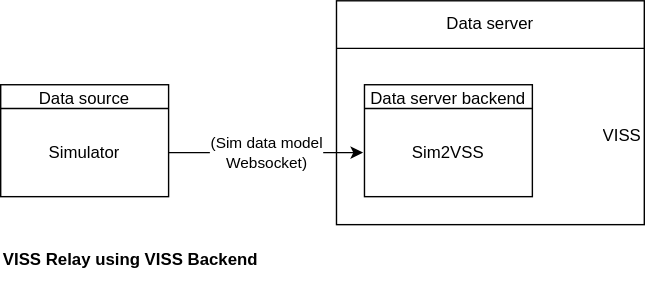
slawr/vss-otaku keeps this draw.io diagram as feeders/r-sim-feeder/doc/r-sim2viss-feeder-viss-backend.drawio.svg. Above is the earlier version. Source tidied: cells renumbered, new cells last; positions are measured from the earlier drawing's top-left corner, leaving out a move shared by most shapes. Source of this version:
```xml
<mxGraphModel>
  <root>
    <mxCell id="0" />
    <mxCell id="1" parent="0" />
    <mxCell id="2" style="shape=table;html=1;whiteSpace=wrap;startSize=0;" parent="1" vertex="1">
      <mxGeometry x="240" width="220" height="160" as="geometry" />
    </mxCell>
    <mxCell id="3" style="shape=partialRectangle;html=1;whiteSpace=wrap;fillColor=none;top=0;left=0;bottom=0;right=0;" parent="2" vertex="1">
      <mxGeometry width="220" height="34" as="geometry" />
    </mxCell>
    <mxCell id="4" value="Data server" style="shape=partialRectangle;html=1;whiteSpace=wrap;fillColor=none;top=0;left=0;bottom=0;right=0;overflow=hidden;" parent="3" vertex="1">
      <mxGeometry width="220" height="34" as="geometry" />
    </mxCell>
    <mxCell id="5" style="shape=partialRectangle;html=1;whiteSpace=wrap;fillColor=none;top=0;left=0;bottom=0;right=0;" parent="2" vertex="1">
      <mxGeometry y="34" width="220" height="126" as="geometry" />
    </mxCell>
    <mxCell id="6" value="VISS" style="shape=partialRectangle;html=1;whiteSpace=wrap;fillColor=none;top=0;left=0;bottom=0;right=0;overflow=hidden;align=right;" parent="5" vertex="1">
      <mxGeometry width="220" height="126" as="geometry" />
    </mxCell>
    <mxCell id="7" value="&lt;p&gt;&lt;b&gt;VISS Relay using VISS Backend&lt;/b&gt;&lt;/p&gt;" style="text;html=1;align=left;verticalAlign=middle;whiteSpace=wrap;rounded=0;" parent="1" vertex="1">
      <mxGeometry y="170" width="200" height="30" as="geometry" />
    </mxCell>
    <mxCell id="8" value="(Sim data model&lt;br&gt;Websocket)" style="edgeStyle=none;html=1;strokeWidth=1;exitX=1;exitY=0.5;exitDx=0;exitDy=0;entryX=0;entryY=0.5;entryDx=0;entryDy=0;" parent="1" edge="1" source="12">
      <mxGeometry relative="1" as="geometry">
        <mxPoint x="259" y="108.5" as="targetPoint" />
      </mxGeometry>
    </mxCell>
    <mxCell id="9" style="shape=table;html=1;whiteSpace=wrap;startSize=0;" parent="1" vertex="1">
      <mxGeometry y="60" width="120" height="80" as="geometry" />
    </mxCell>
    <mxCell id="10" style="shape=partialRectangle;html=1;whiteSpace=wrap;fillColor=none;top=0;left=0;bottom=0;right=0;" parent="9" vertex="1">
      <mxGeometry width="120" height="17" as="geometry" />
    </mxCell>
    <mxCell id="11" value="Data source" style="shape=partialRectangle;html=1;whiteSpace=wrap;fillColor=none;top=0;left=0;bottom=0;right=0;overflow=hidden;" parent="10" vertex="1">
      <mxGeometry width="120" height="17" as="geometry" />
    </mxCell>
    <mxCell id="12" style="shape=partialRectangle;html=1;whiteSpace=wrap;fillColor=none;top=0;left=0;bottom=0;right=0;points=[[0,0.5],[1,0.5]];portConstraint=eastwest;" parent="9" vertex="1">
      <mxGeometry y="17" width="120" height="63" as="geometry" />
    </mxCell>
    <mxCell id="13" value="Simulator" style="shape=partialRectangle;html=1;whiteSpace=wrap;fillColor=none;top=0;left=0;bottom=0;right=0;overflow=hidden;" parent="12" vertex="1">
      <mxGeometry width="120" height="63" as="geometry" />
    </mxCell>
    <mxCell id="14" style="shape=table;html=1;whiteSpace=wrap;startSize=0;" parent="1" vertex="1">
      <mxGeometry x="260" y="60" width="120" height="80" as="geometry" />
    </mxCell>
    <mxCell id="15" style="shape=partialRectangle;html=1;whiteSpace=wrap;fillColor=none;top=0;left=0;bottom=0;right=0;" parent="14" vertex="1">
      <mxGeometry width="120" height="17" as="geometry" />
    </mxCell>
    <mxCell id="16" value="Data server backend" style="shape=partialRectangle;html=1;whiteSpace=wrap;fillColor=none;top=0;left=0;bottom=0;right=0;overflow=hidden;" parent="15" vertex="1">
      <mxGeometry width="120" height="17" as="geometry" />
    </mxCell>
    <mxCell id="17" style="shape=partialRectangle;html=1;whiteSpace=wrap;fillColor=none;top=0;left=0;bottom=0;right=0;" parent="14" vertex="1">
      <mxGeometry y="17" width="120" height="63" as="geometry" />
    </mxCell>
    <mxCell id="18" value="Sim2VSS" style="shape=partialRectangle;html=1;whiteSpace=wrap;fillColor=none;top=0;left=0;bottom=0;right=0;overflow=hidden;" parent="17" vertex="1">
      <mxGeometry width="120" height="63" as="geometry" />
    </mxCell>
  </root>
</mxGraphModel>
```
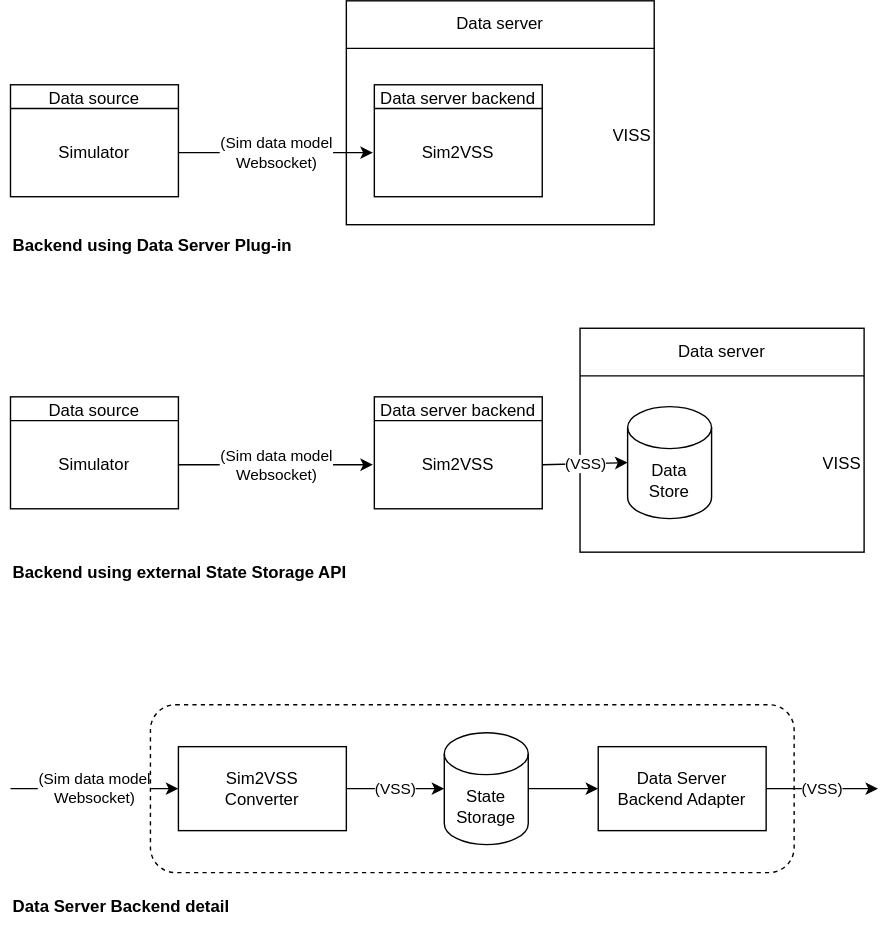
The same diagram one commit later.

Commit message:
data feeders: improve VISS Backend and GraphQL desc in README.md

Various improvements to the text.
Expanded diagrams for VISS Data Server Backend.

Change to the diagram source:
```diff
@@ -17,8 +17,8 @@
     <mxCell id="6" value="VISS" style="shape=partialRectangle;html=1;whiteSpace=wrap;fillColor=none;top=0;left=0;bottom=0;right=0;overflow=hidden;align=right;" parent="5" vertex="1">
       <mxGeometry width="220" height="126" as="geometry" />
     </mxCell>
-    <mxCell id="7" value="&lt;p&gt;&lt;b&gt;VISS Relay using VISS Backend&lt;/b&gt;&lt;/p&gt;" style="text;html=1;align=left;verticalAlign=middle;whiteSpace=wrap;rounded=0;" parent="1" vertex="1">
-      <mxGeometry y="170" width="200" height="30" as="geometry" />
+    <mxCell id="7" value="&lt;p&gt;&lt;b&gt;Backend using external State Storage API&lt;/b&gt;&lt;/p&gt;" style="text;html=1;align=left;verticalAlign=middle;whiteSpace=wrap;rounded=0;" parent="1" vertex="1">
+      <mxGeometry y="394" width="260" height="30" as="geometry" />
     </mxCell>
     <mxCell id="8" value="(Sim data model&lt;br&gt;Websocket)" style="edgeStyle=none;html=1;strokeWidth=1;exitX=1;exitY=0.5;exitDx=0;exitDy=0;entryX=0;entryY=0.5;entryDx=0;entryDy=0;" parent="1" edge="1" source="12">
       <mxGeometry relative="1" as="geometry">
@@ -55,5 +55,97 @@
     <mxCell id="18" value="Sim2VSS" style="shape=partialRectangle;html=1;whiteSpace=wrap;fillColor=none;top=0;left=0;bottom=0;right=0;overflow=hidden;" parent="17" vertex="1">
       <mxGeometry width="120" height="63" as="geometry" />
     </mxCell>
+    <mxCell id="19" style="shape=table;html=1;whiteSpace=wrap;startSize=0;" parent="1" vertex="1">
+      <mxGeometry x="407" y="234" width="203" height="160" as="geometry" />
+    </mxCell>
+    <mxCell id="20" style="shape=partialRectangle;html=1;whiteSpace=wrap;fillColor=none;top=0;left=0;bottom=0;right=0;" parent="19" vertex="1">
+      <mxGeometry width="203" height="34" as="geometry" />
+    </mxCell>
+    <mxCell id="21" value="Data server" style="shape=partialRectangle;html=1;whiteSpace=wrap;fillColor=none;top=0;left=0;bottom=0;right=0;overflow=hidden;" parent="20" vertex="1">
+      <mxGeometry width="203" height="34" as="geometry" />
+    </mxCell>
+    <mxCell id="22" style="shape=partialRectangle;html=1;whiteSpace=wrap;fillColor=none;top=0;left=0;bottom=0;right=0;" parent="19" vertex="1">
+      <mxGeometry y="34" width="203" height="126" as="geometry" />
+    </mxCell>
+    <mxCell id="23" value="VISS" style="shape=partialRectangle;html=1;whiteSpace=wrap;fillColor=none;top=0;left=0;bottom=0;right=0;overflow=hidden;align=right;" parent="22" vertex="1">
+      <mxGeometry width="203" height="126" as="geometry" />
+    </mxCell>
+    <mxCell id="24" value="(Sim data model&lt;br&gt;Websocket)" style="edgeStyle=none;html=1;strokeWidth=1;exitX=1;exitY=0.5;exitDx=0;exitDy=0;entryX=0;entryY=0.5;entryDx=0;entryDy=0;" parent="1" edge="1" source="28">
+      <mxGeometry relative="1" as="geometry">
+        <mxPoint x="259" y="331.5" as="targetPoint" />
+      </mxGeometry>
+    </mxCell>
+    <mxCell id="25" style="shape=table;html=1;whiteSpace=wrap;startSize=0;" parent="1" vertex="1">
+      <mxGeometry y="283" width="120" height="80" as="geometry" />
+    </mxCell>
+    <mxCell id="26" style="shape=partialRectangle;html=1;whiteSpace=wrap;fillColor=none;top=0;left=0;bottom=0;right=0;" parent="25" vertex="1">
+      <mxGeometry width="120" height="17" as="geometry" />
+    </mxCell>
+    <mxCell id="27" value="Data source" style="shape=partialRectangle;html=1;whiteSpace=wrap;fillColor=none;top=0;left=0;bottom=0;right=0;overflow=hidden;" parent="26" vertex="1">
+      <mxGeometry width="120" height="17" as="geometry" />
+    </mxCell>
+    <mxCell id="28" style="shape=partialRectangle;html=1;whiteSpace=wrap;fillColor=none;top=0;left=0;bottom=0;right=0;points=[[0,0.5],[1,0.5]];portConstraint=eastwest;" parent="25" vertex="1">
+      <mxGeometry y="17" width="120" height="63" as="geometry" />
+    </mxCell>
+    <mxCell id="29" value="Simulator" style="shape=partialRectangle;html=1;whiteSpace=wrap;fillColor=none;top=0;left=0;bottom=0;right=0;overflow=hidden;" parent="28" vertex="1">
+      <mxGeometry width="120" height="63" as="geometry" />
+    </mxCell>
+    <mxCell id="30" style="shape=table;html=1;whiteSpace=wrap;startSize=0;" parent="1" vertex="1">
+      <mxGeometry x="260" y="283" width="120" height="80" as="geometry" />
+    </mxCell>
+    <mxCell id="31" style="shape=partialRectangle;html=1;whiteSpace=wrap;fillColor=none;top=0;left=0;bottom=0;right=0;" parent="30" vertex="1">
+      <mxGeometry width="120" height="17" as="geometry" />
+    </mxCell>
+    <mxCell id="32" value="Data server backend" style="shape=partialRectangle;html=1;whiteSpace=wrap;fillColor=none;top=0;left=0;bottom=0;right=0;overflow=hidden;" parent="31" vertex="1">
+      <mxGeometry width="120" height="17" as="geometry" />
+    </mxCell>
+    <mxCell id="33" style="shape=partialRectangle;html=1;whiteSpace=wrap;fillColor=none;top=0;left=0;bottom=0;right=0;points=[[0,0.5],[1,0.5]];portConstraint=eastwest;" parent="30" vertex="1">
+      <mxGeometry y="17" width="120" height="63" as="geometry" />
+    </mxCell>
+    <mxCell id="34" value="Sim2VSS" style="shape=partialRectangle;html=1;whiteSpace=wrap;fillColor=none;top=0;left=0;bottom=0;right=0;overflow=hidden;" parent="33" vertex="1">
+      <mxGeometry width="120" height="63" as="geometry" />
+    </mxCell>
+    <mxCell id="35" value="Data&lt;br&gt;Store" style="shape=cylinder3;whiteSpace=wrap;html=1;boundedLbl=1;backgroundOutline=1;size=15;labelBackgroundColor=none;" parent="1" vertex="1">
+      <mxGeometry x="441" y="290" width="60" height="80" as="geometry" />
+    </mxCell>
+    <mxCell id="36" value="(VSS)" style="edgeStyle=none;html=1;exitX=1;exitY=0.5;exitDx=0;exitDy=0;entryX=0;entryY=0.5;entryDx=0;entryDy=0;entryPerimeter=0;" parent="1" edge="1" source="33" target="35">
+      <mxGeometry relative="1" as="geometry" />
+    </mxCell>
+    <mxCell id="37" value="&lt;p&gt;&lt;b&gt;Backend using Data Server Plug-in&lt;/b&gt;&lt;/p&gt;" style="text;html=1;align=left;verticalAlign=middle;whiteSpace=wrap;rounded=0;" parent="1" vertex="1">
+      <mxGeometry y="160" width="220" height="30" as="geometry" />
+    </mxCell>
+    <mxCell id="38" value="(VSS)" style="edgeStyle=none;html=1;exitX=1;exitY=0.5;exitDx=0;exitDy=0;entryX=0;entryY=0.5;entryDx=0;entryDy=0;entryPerimeter=0;" parent="1" edge="1" source="39">
+      <mxGeometry relative="1" as="geometry">
+        <mxPoint x="310" y="563" as="targetPoint" />
+      </mxGeometry>
+    </mxCell>
+    <mxCell id="39" value="Sim2VSS&lt;br&gt;Converter" style="rounded=0;whiteSpace=wrap;html=1;labelBackgroundColor=none;" parent="1" vertex="1">
+      <mxGeometry x="120" y="533" width="120" height="60" as="geometry" />
+    </mxCell>
+    <mxCell id="40" value="(Sim data model&lt;br&gt;Websocket)" style="endArrow=classic;html=1;entryX=0;entryY=0.5;entryDx=0;entryDy=0;align=center;" parent="1" edge="1" target="39">
+      <mxGeometry relative="1" as="geometry">
+        <mxPoint y="563" as="sourcePoint" />
+      </mxGeometry>
+    </mxCell>
+    <mxCell id="41" style="edgeStyle=none;html=1;" parent="1" edge="1" source="42" target="45">
+      <mxGeometry relative="1" as="geometry" />
+    </mxCell>
+    <mxCell id="42" value="State&lt;br&gt;Storage" style="shape=cylinder3;whiteSpace=wrap;html=1;boundedLbl=1;backgroundOutline=1;size=15;labelBackgroundColor=none;" parent="1" vertex="1">
+      <mxGeometry x="310" y="523" width="60" height="80" as="geometry" />
+    </mxCell>
+    <mxCell id="43" value="(VSS)" style="edgeStyle=none;html=1;exitX=1;exitY=0.5;exitDx=0;exitDy=0;" parent="1" edge="1" source="45">
+      <mxGeometry relative="1" as="geometry">
+        <mxPoint x="620" y="563" as="targetPoint" />
+      </mxGeometry>
+    </mxCell>
+    <mxCell id="44" style="rounded=1;whiteSpace=wrap;html=1;labelBackgroundColor=none;fillColor=none;dashed=1;" parent="1" vertex="1">
+      <mxGeometry x="100" y="503" width="460" height="120" as="geometry" />
+    </mxCell>
+    <mxCell id="45" value="Data Server&lt;br&gt;Backend Adapter" style="whiteSpace=wrap;html=1;labelBackgroundColor=none;" parent="1" vertex="1">
+      <mxGeometry x="420" y="533" width="120" height="60" as="geometry" />
+    </mxCell>
+    <mxCell id="46" value="&lt;p&gt;&lt;b&gt;Data Server Backend detail&lt;/b&gt;&lt;/p&gt;" style="text;html=1;align=left;verticalAlign=middle;whiteSpace=wrap;rounded=0;" parent="1" vertex="1">
+      <mxGeometry y="633" width="260" height="30" as="geometry" />
+    </mxCell>
   </root>
 </mxGraphModel>
```
